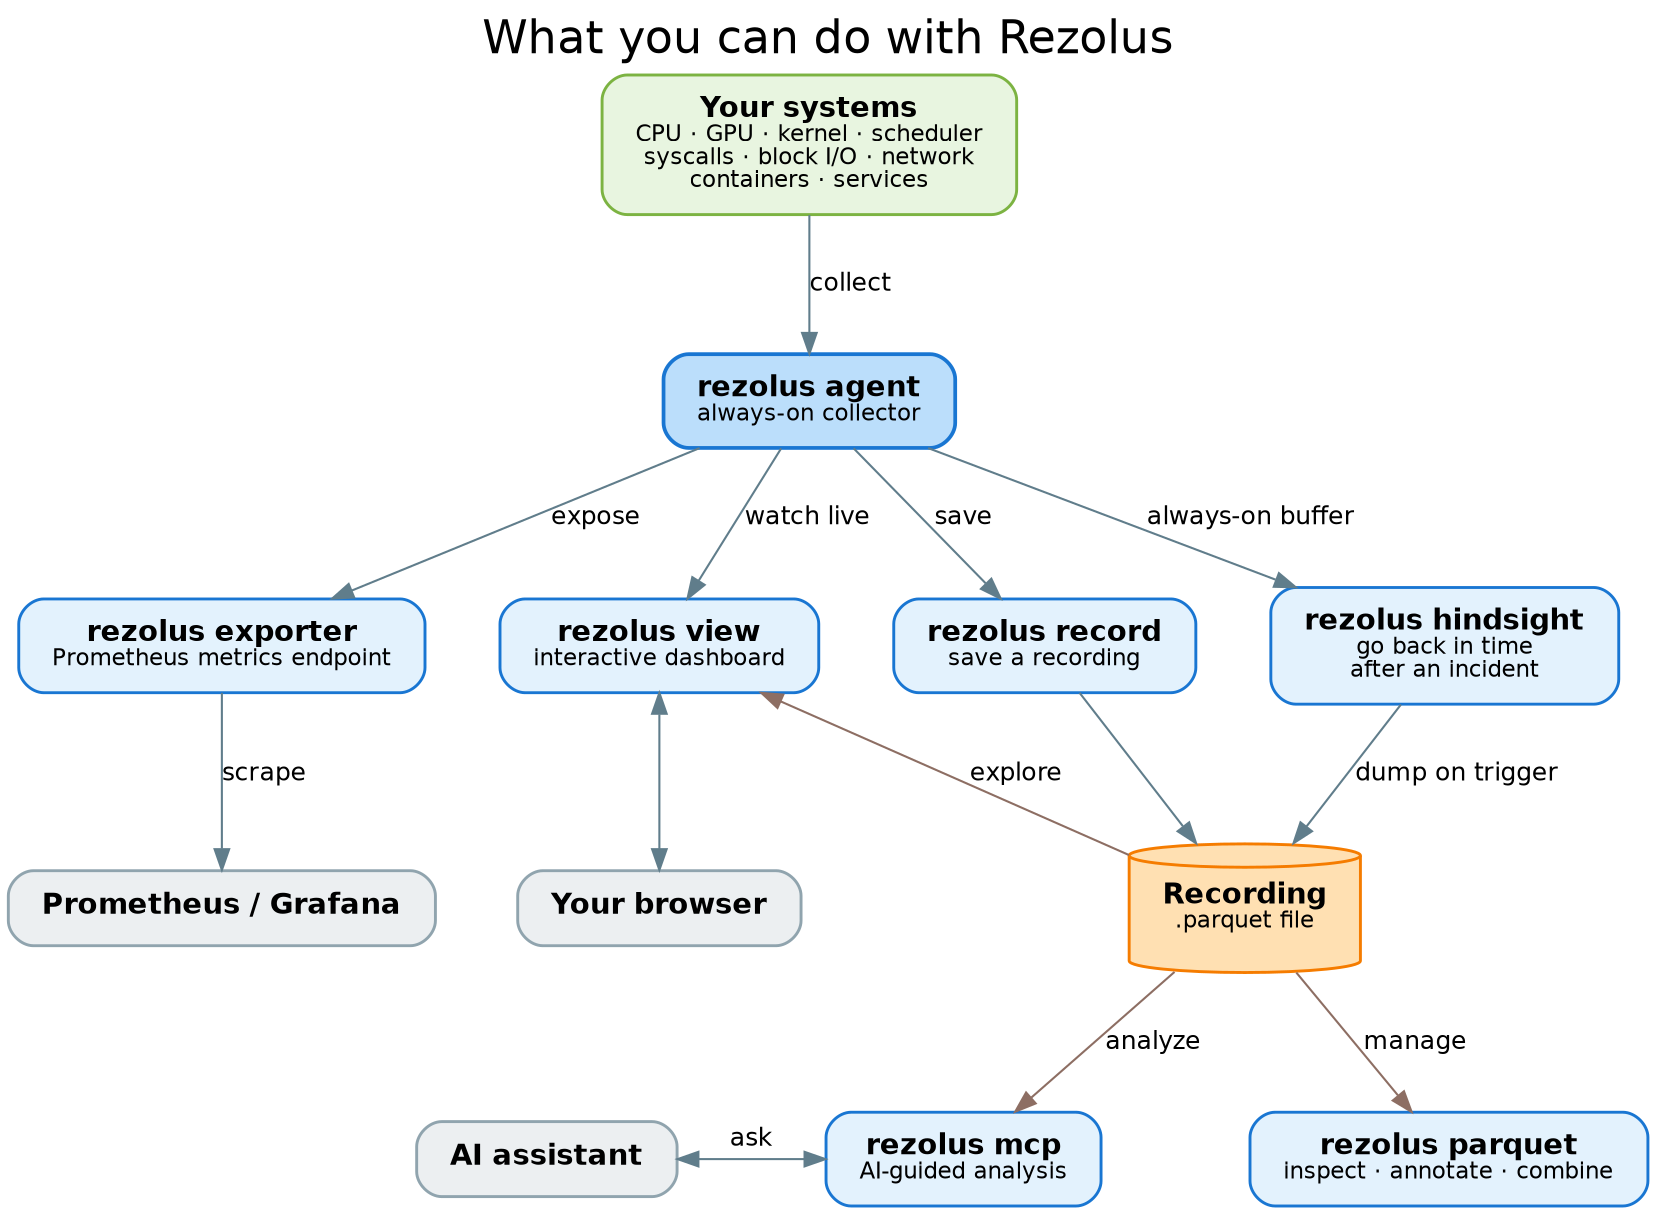
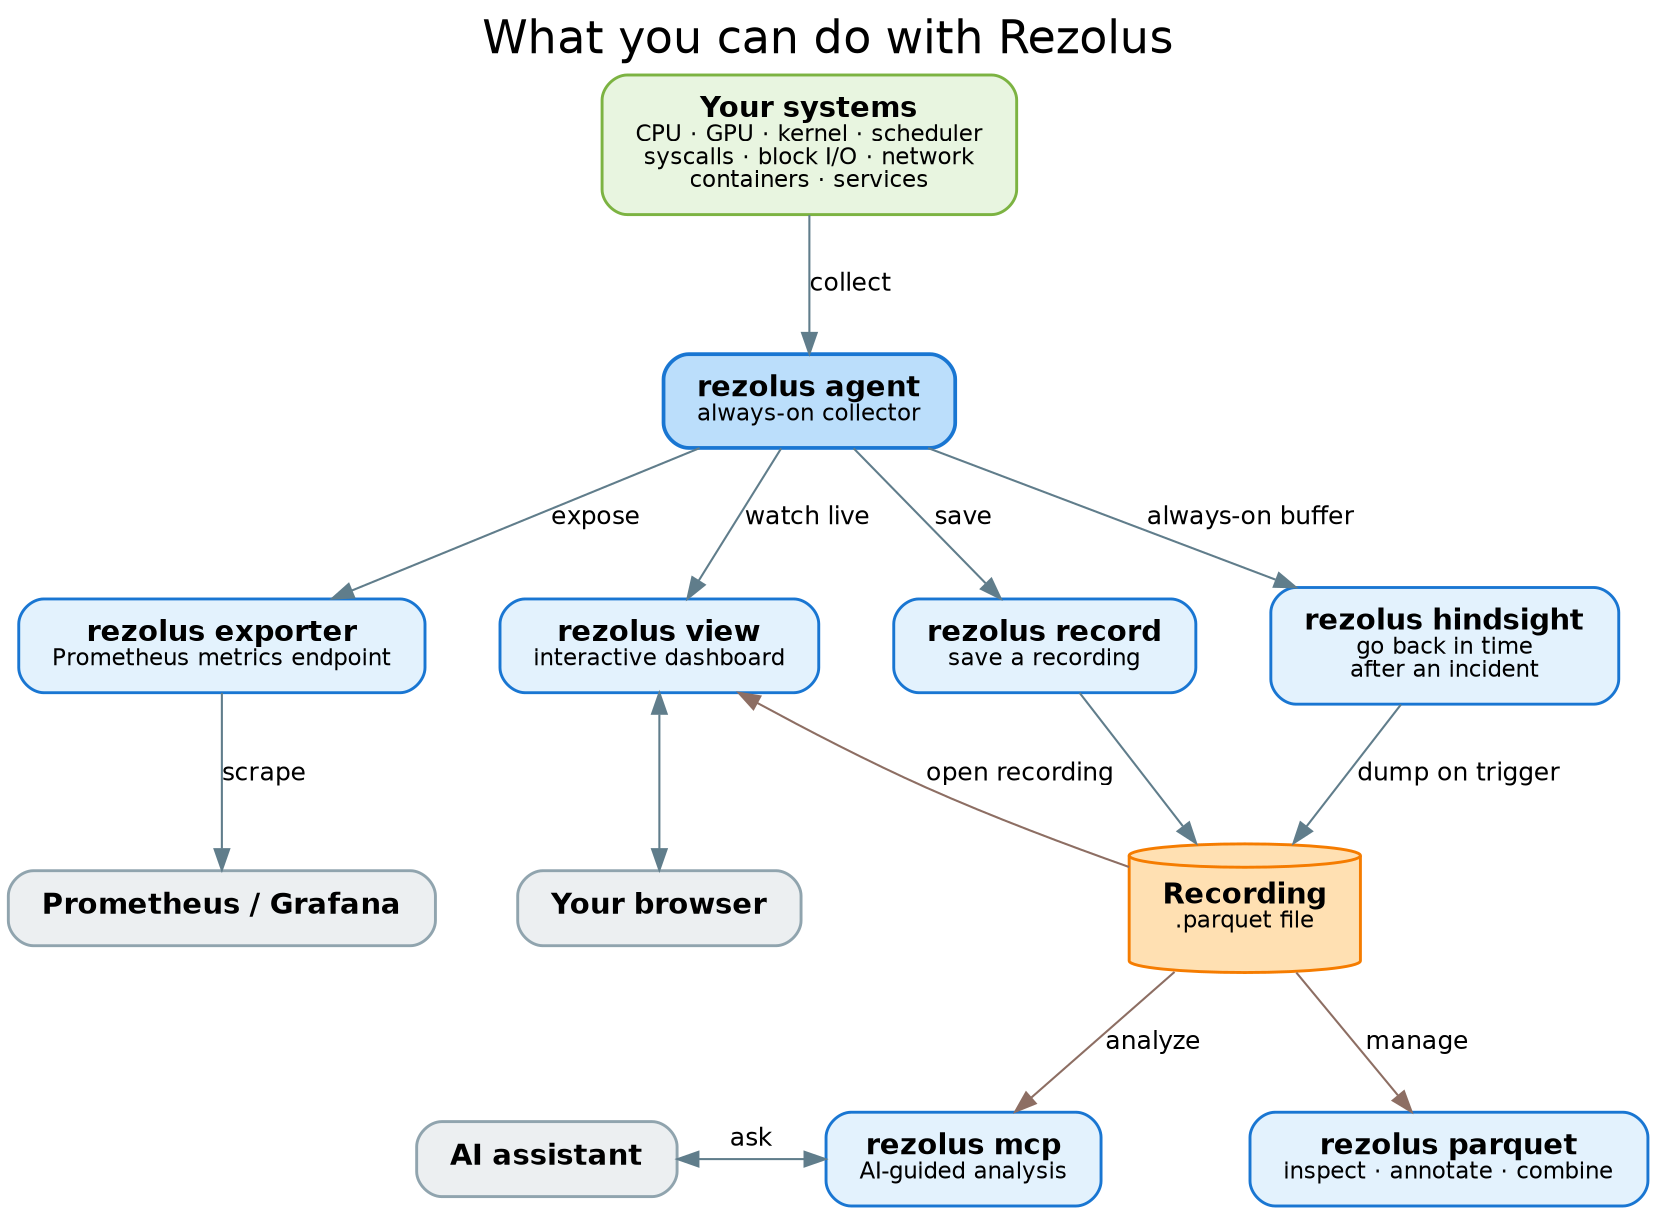
// Rezolus — what you can do with it (user's view)
//
// Render:  dot -Tsvg docs/architecture.dot -o docs/architecture.svg
//          dot -Tpng docs/architecture.dot -o docs/architecture.png
//
// Everything below is the one `rezolus` binary — you just pick the
// subcommand for the job. Arrows read as "what you do next".

digraph rezolus {
  rankdir=TB;
  fontname="Helvetica";
  labelloc="t";
  label="What you can do with Rezolus";
  fontsize=22;
  nodesep=0.5;
  ranksep=0.75;
  bgcolor="white";

  node [fontname="Helvetica", fontsize=14, shape=box, style="rounded,filled", penwidth=1.4, margin="0.22,0.14"];
  edge [fontname="Helvetica", fontsize=12, color="#607d8b"];

  // ---- What you're watching --------------------------------------------
  system [label=<<b>Your systems</b><br/><font point-size="11">CPU · GPU · kernel · scheduler<br/>syscalls · block I/O · network<br/>containers · services</font>>,
          fillcolor="#e8f5e0", color="#7cb342"];

  // ---- The always-on collector -----------------------------------------
  agent [label=<<b>rezolus agent</b><br/><font point-size="11">always-on collector</font>>,
         fillcolor="#bbdefb", color="#1976d2", penwidth=1.8];

  // ---- Live: stream and watch ------------------------------------------
  exporter [label=<<b>rezolus exporter</b><br/><font point-size="11">Prometheus metrics endpoint</font>>, fillcolor="#e3f2fd", color="#1976d2"];
  view     [label=<<b>rezolus view</b><br/><font point-size="11">interactive dashboard</font>>,     fillcolor="#e3f2fd", color="#1976d2"];

  // ---- Capture to a file -----------------------------------------------
  record    [label=<<b>rezolus record</b><br/><font point-size="11">save a recording</font>>,                 fillcolor="#e3f2fd", color="#1976d2"];
  hindsight [label=<<b>rezolus hindsight</b><br/><font point-size="11">go back in time<br/>after an incident</font>>, fillcolor="#e3f2fd", color="#1976d2"];

  // ---- Work with recordings --------------------------------------------
  mcp     [label=<<b>rezolus mcp</b><br/><font point-size="11">AI-guided analysis</font>>,          fillcolor="#e3f2fd", color="#1976d2"];
  pqtools [label=<<b>rezolus parquet</b><br/><font point-size="11">inspect · annotate · combine</font>>, fillcolor="#e3f2fd", color="#1976d2"];

  // ---- The recording artifact ------------------------------------------
  recording [label=<<b>Recording</b><br/><font point-size="11">.parquet file</font>>,
             shape=cylinder, fillcolor="#ffe0b2", color="#f57c00"];

  // ---- Where the value lands -------------------------------------------
  grafana [label=<<b>Prometheus / Grafana</b>>, fillcolor="#eceff1", color="#90a4ae"];
  browser [label=<<b>Your browser</b>>,          fillcolor="#eceff1", color="#90a4ae"];
  llm     [label=<<b>AI assistant</b>>,           fillcolor="#eceff1", color="#90a4ae"];

  // ---- Layout: rows keep the picture compact ---------------------------
  {rank=same; exporter; view; record; hindsight;}
  {rank=same; grafana; browser; recording;}
  // mcp and parquet sit side by side directly under the recording, with
  // the AI assistant to the left of mcp. The invisible edges pin the
  // left-to-right order of this row.
  {rank=same; llm; mcp; pqtools; llm -> mcp -> pqtools [style=invis];}

  // ---- Collect ----------------------------------------------------------
  system -> agent [label="collect"];

  // ---- Live from the agent ---------------------------------------------
  agent -> exporter  [label="expose"];
  agent -> view      [label="watch live"];
  agent -> record    [label="save"];
  agent -> hindsight [label="always-on buffer"];

  exporter -> grafana [label="scrape"];

  // ---- Produce a recording ---------------------------------------------
  record    -> recording;
  hindsight -> recording [label="dump on trigger"];

  // ---- Do things with the recording ------------------------------------
-   recording -> view    [label="explore", color="#8d6e63", constraint=false];
+   recording -> view    [label="open recording", color="#8d6e63", constraint=false];
  recording -> mcp     [label="analyze", color="#8d6e63"];
  recording -> pqtools [label="manage",  color="#8d6e63"];

  // ---- Outcomes ---------------------------------------------------------
  view -> browser [dir=both];
  mcp  -> llm     [label="ask", dir=both, constraint=false];
}
